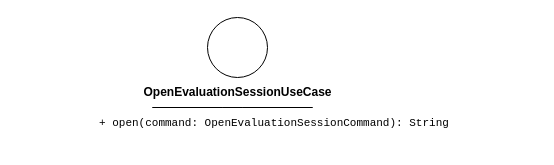
GroupRubberDuck/Documentazione keeps this draw.io diagram as src/PB/DocumentazioneEsterna/Specifica_Tecnica/content/05-diagrammi-classi/uml/puml/Backend/Port/OpenEvaluationSessionUseCase.drawio. Above is the earlier version. Source tidied: cells renumbered, new cells numbered last; positions are measured from the earlier drawing's top-left corner, leaving out a move shared by most shapes. Both pictures are drawn from the tidied source at 100%, with x=0, y=0 at pixel (97, 17).
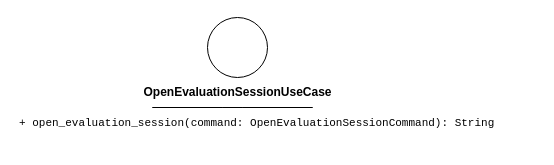
The same page after the edit.

Diff of the diagram source:
```diff
@@
 <mxGraphModel>
   <root>
     <mxCell id="0" />
     <mxCell id="1" parent="0" />
     <mxCell id="2" style="ellipse;whiteSpace=wrap;html=1;" parent="1" vertex="1">
       <mxGeometry x="110" width="60" height="60" as="geometry" />
     </mxCell>
     <mxCell id="3" value="&lt;b&gt;OpenEvaluationSessionUseCase&lt;/b&gt;" style="text;html=1;align=center;verticalAlign=middle;strokeColor=none;fillColor=none;" parent="1" vertex="1">
       <mxGeometry x="35" y="60" width="210" height="30" as="geometry" />
     </mxCell>
     <mxCell id="4" style="endArrow=none;html=1;" parent="1" edge="1">
       <mxGeometry relative="1" as="geometry">
         <mxPoint x="55" y="90" as="sourcePoint" />
         <mxPoint x="215" y="90" as="targetPoint" />
         <Array as="points">
           <mxPoint x="135" y="90" />
         </Array>
       </mxGeometry>
     </mxCell>
     <mxCell id="5" style="endArrow=none;html=1;" parent="1" edge="1">
       <mxGeometry relative="1" as="geometry">
         <mxPoint x="55" y="90" as="sourcePoint" />
         <mxPoint x="215" y="90" as="targetPoint" />
         <Array as="points">
           <mxPoint x="135" y="90" />
         </Array>
       </mxGeometry>
     </mxCell>
-    <mxCell id="6" value="&lt;div style=&quot;font-family: Consolas, &amp;quot;Courier New&amp;quot;, monospace; font-weight: normal; line-height: 19px; white-space: pre;&quot;&gt;&lt;div style=&quot;&quot;&gt;&lt;span style=&quot;background-color: rgb(255, 255, 255);&quot;&gt;&lt;font style=&quot;color: rgb(0, 0, 0); font-size: 11px;&quot;&gt;+ open(command: OpenEvaluationSessionCommand): String&lt;/font&gt;&lt;/span&gt;&lt;/div&gt;&lt;/div&gt;" style="text;whiteSpace=wrap;html=1;" parent="1" vertex="1">
-      <mxGeometry y="90" width="440" height="40" as="geometry" />
+    <mxCell id="6" value="&lt;div style=&quot;font-family: Consolas, &amp;quot;Courier New&amp;quot;, monospace; font-weight: normal; line-height: 19px; white-space: pre;&quot;&gt;&lt;div style=&quot;&quot;&gt;&lt;span style=&quot;background-color: rgb(255, 255, 255);&quot;&gt;&lt;font style=&quot;color: rgb(0, 0, 0); font-size: 11px;&quot;&gt;+ open_evaluation_session(command: OpenEvaluationSessionCommand): String&lt;/font&gt;&lt;/span&gt;&lt;/div&gt;&lt;/div&gt;" style="text;whiteSpace=wrap;html=1;" parent="1" vertex="1">
+      <mxGeometry x="-80" y="90" width="440" height="40" as="geometry" />
     </mxCell>
   </root>
 </mxGraphModel>
```
